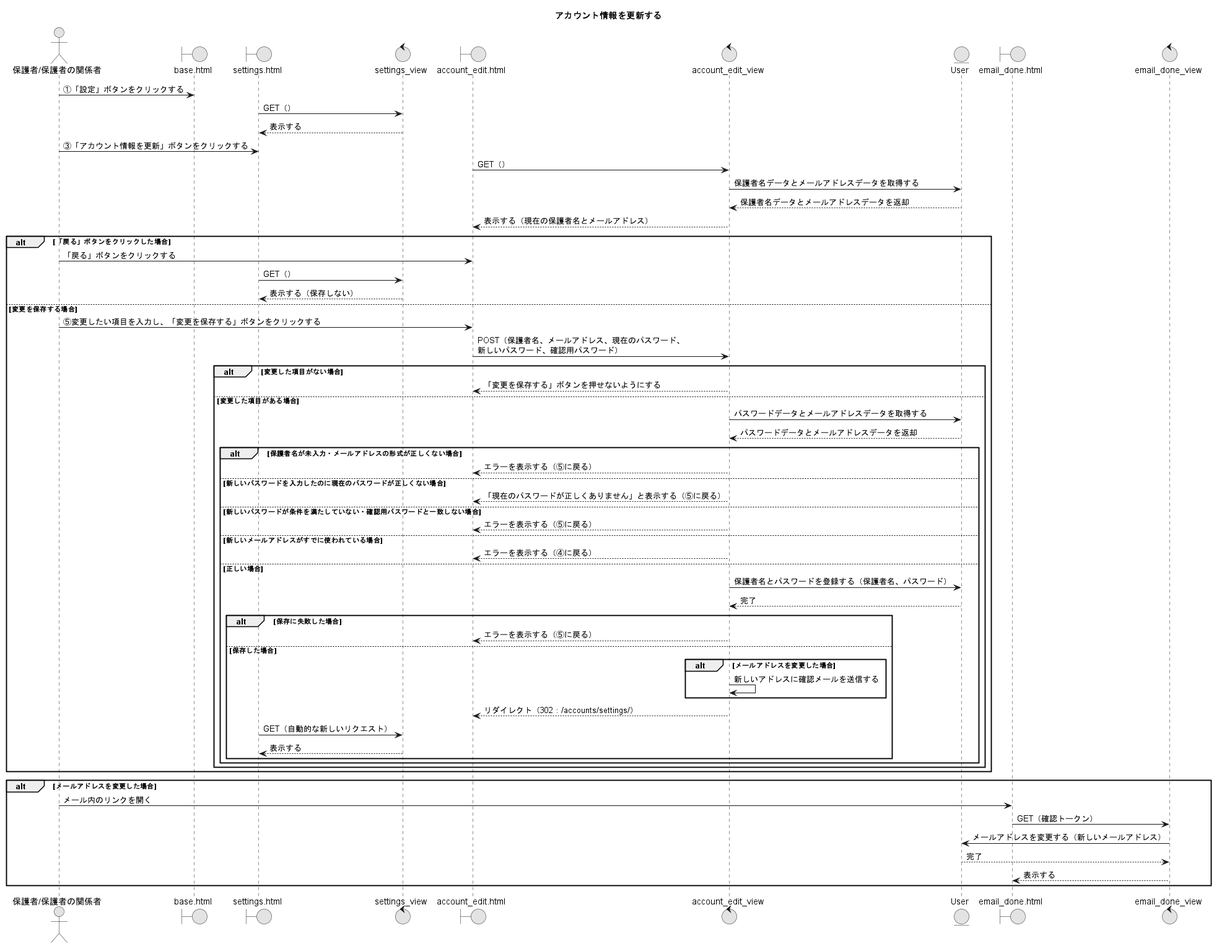
Ma2naga190330/26_sotugyou_puml keeps this PlantUML diagram as PNG/04_アカウント情報を更新する.png. Above is the earlier version.
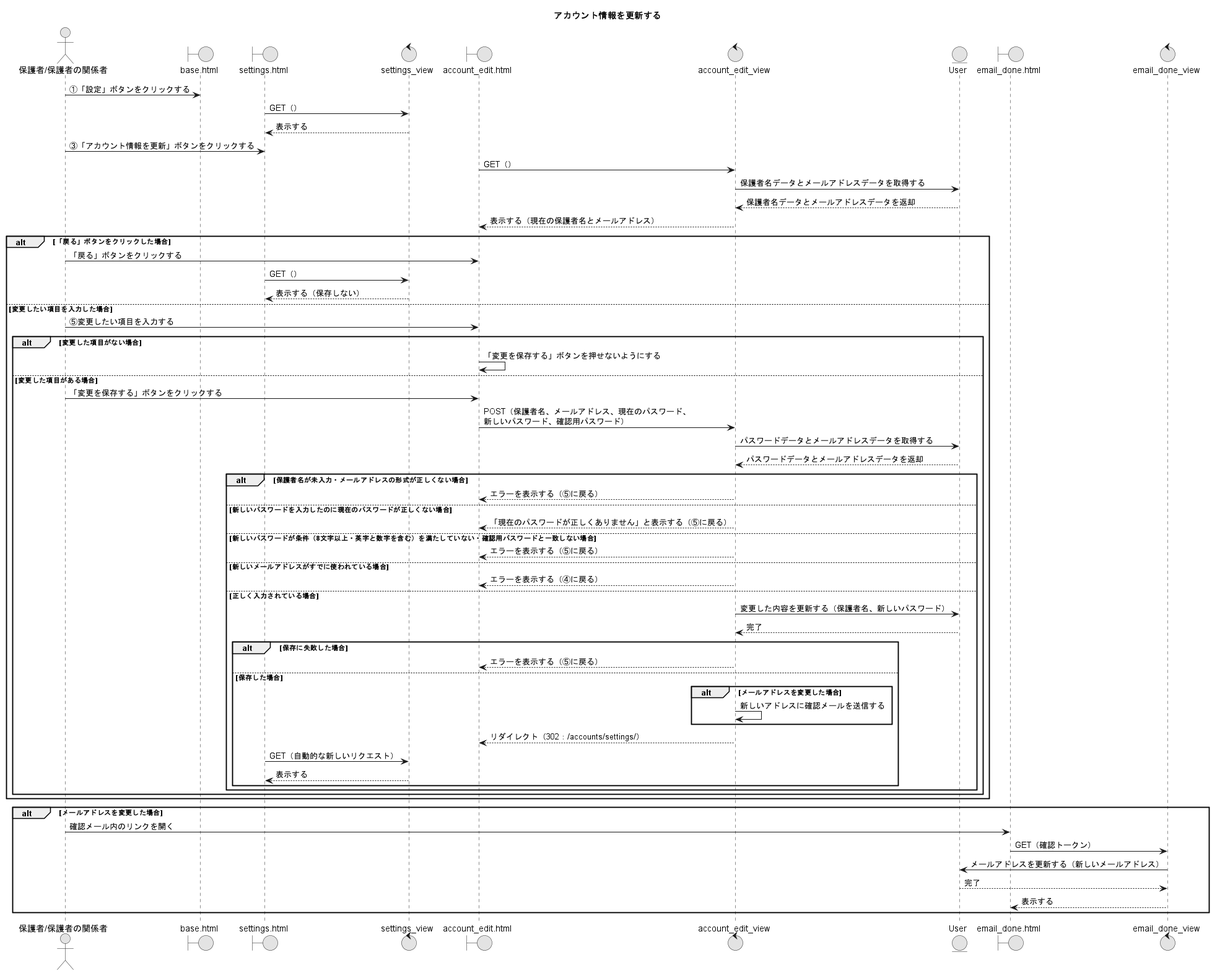
The same diagram one commit later.

What changed in the source:
```diff
@@ -27,24 +27,26 @@
   A -> AEP : 「戻る」ボタンをクリックする
   SP -> SV : GET（）
   SV --> SP : 表示する（保存しない）
-else 変更を保存する場合
-  A -> AEP : ⑤変更したい項目を入力し、「変更を保存する」ボタンをクリックする
-  AEP -> AEV : POST（保護者名、メールアドレス、現在のパスワード、\n新しいパスワード、確認用パスワード）
+else 変更したい項目を入力した場合
+  A -> AEP : ⑤変更したい項目を入力する
   alt 変更した項目がない場合
-    AEV --> AEP : 「変更を保存する」ボタンを押せないようにする
+    AEP -> AEP : 「変更を保存する」ボタンを押せないようにする
   else 変更した項目がある場合
+    A -> AEP : 「変更を保存する」ボタンをクリックする
+    AEP -> AEV : POST（保護者名、メールアドレス、現在のパスワード、\n新しいパスワード、確認用パスワード）
     AEV -> UM : パスワードデータとメールアドレスデータを取得する
     AEV <-- UM : パスワードデータとメールアドレスデータを返却
+
     alt 保護者名が未入力・メールアドレスの形式が正しくない場合
       AEV --> AEP : エラーを表示する（⑤に戻る）
     else 新しいパスワードを入力したのに現在のパスワードが正しくない場合
       AEV --> AEP : 「現在のパスワードが正しくありません」と表示する（⑤に戻る）
-    else 新しいパスワードが条件を満たしていない・確認用パスワードと一致しない場合
+    else 新しいパスワードが条件（8文字以上・英字と数字を含む）を満たしていない・確認用パスワードと一致しない場合
       AEV --> AEP : エラーを表示する（⑤に戻る）
     else 新しいメールアドレスがすでに使われている場合
       AEV --> AEP : エラーを表示する（④に戻る）
-    else 正しい場合
-      AEV -> UM : 保護者名とパスワードを登録する（保護者名、パスワード）
+    else 正しく入力されている場合
+      AEV -> UM : 変更した内容を更新する（保護者名、新しいパスワード）
       AEV <-- UM : 完了
       alt 保存に失敗した場合
         AEV --> AEP : エラーを表示する（⑤に戻る）
@@ -61,9 +63,9 @@
 end
 
 alt メールアドレスを変更した場合
-  A -> EDP : メール内のリンクを開く
+  A -> EDP : 確認メール内のリンクを開く
   EDP -> EDV : GET（確認トークン）
-  EDV -> UM : メールアドレスを変更する（新しいメールアドレス）
+  EDV -> UM : メールアドレスを更新する（新しいメールアドレス）
   EDV <-- UM : 完了
   EDV --> EDP : 表示する
 end
```
